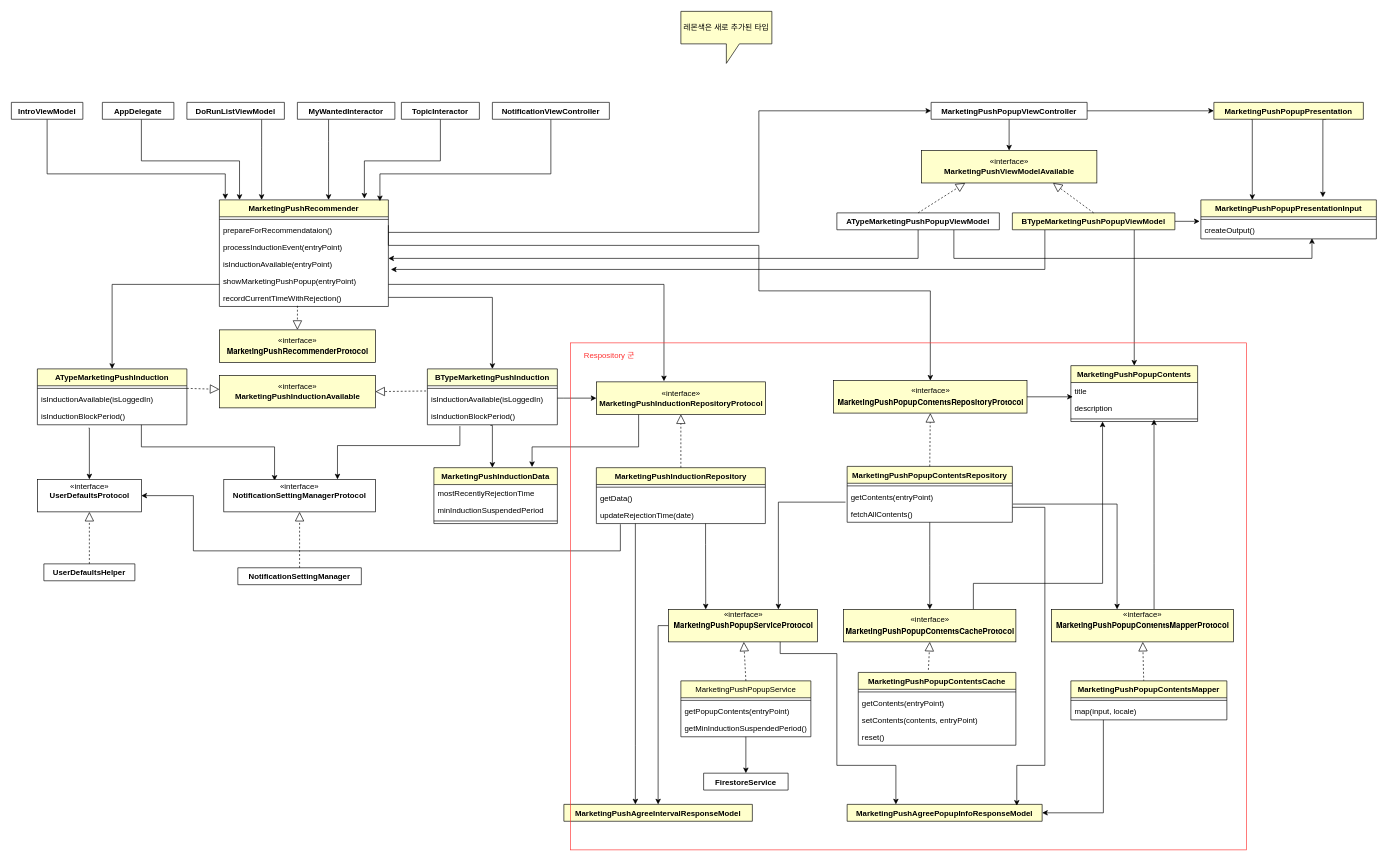
The draw.io diagram marketingPushInduction.drawio in gookhee/diagrams, before the edit. Source tidied: cells renumbered, new cells numbered last; positions are measured from the earlier drawing's top-left corner, leaving out a move shared by most shapes. Both pictures are drawn from the tidied source at 65%, with x=0, y=0 at pixel (11, 11).
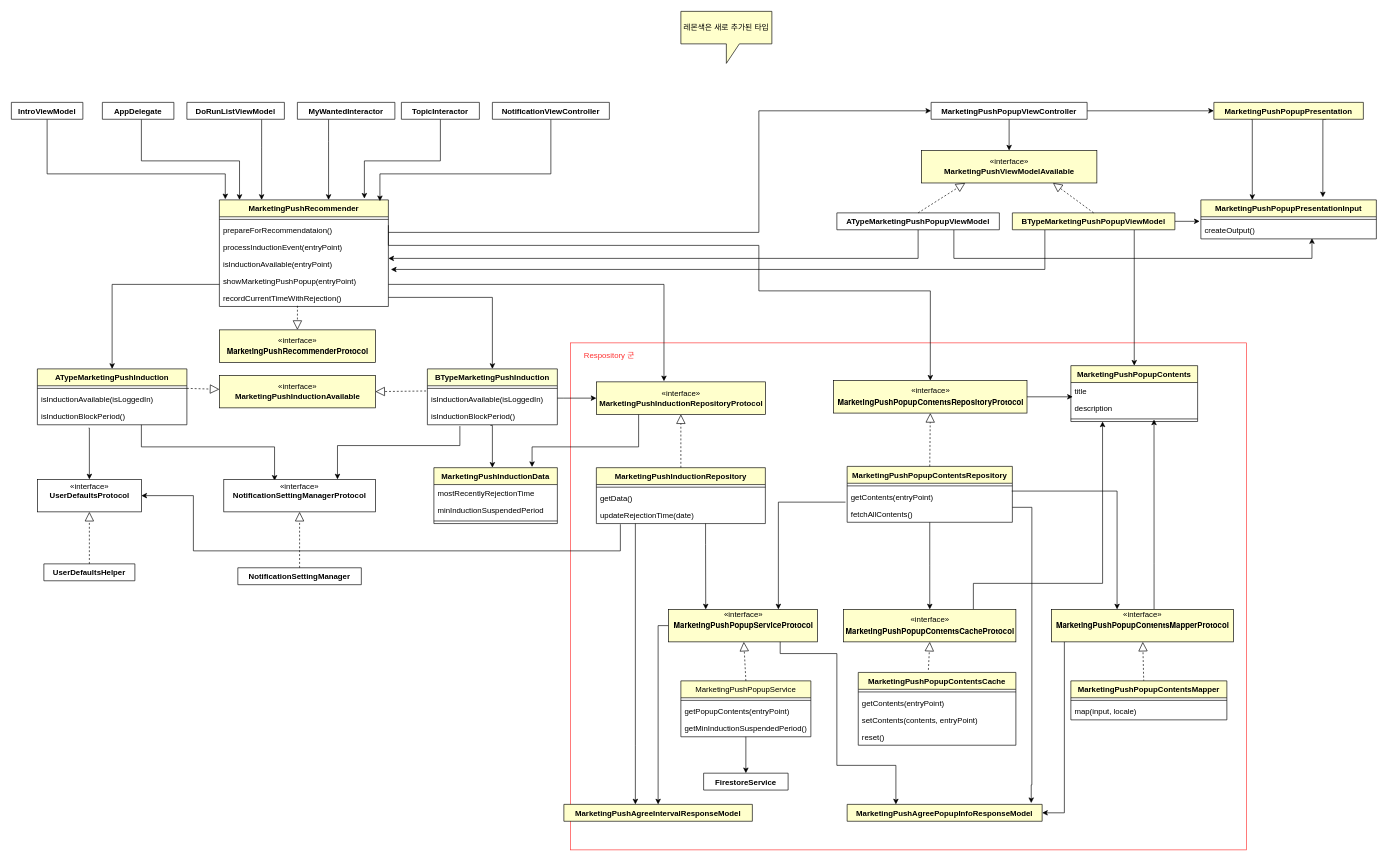
The same page after the edit.

The change refers to these unchanged cells:
```xml
<mxCell id="83" value="getContents(entryPoint)" style="text;strokeColor=none;fillColor=none;align=left;verticalAlign=top;spacingLeft=4;spacingRight=4;overflow=hidden;points=[[0,0.5],[1,0.5]];portConstraint=eastwest;" parent="81" vertex="1">
  <mxGeometry y="34" width="254.2" height="26" as="geometry" />
</mxCell>
<mxCell id="84" value="fetchAllContents()" style="text;strokeColor=none;fillColor=none;align=left;verticalAlign=top;spacingLeft=4;spacingRight=4;overflow=hidden;points=[[0,0.5],[1,0.5]];portConstraint=eastwest;" parent="81" vertex="1">
  <mxGeometry y="60" width="254.2" height="26" as="geometry" />
</mxCell>
<mxCell id="107" value="«interface»&lt;br&gt;&lt;p style=&quot;margin: 0px ; font-stretch: normal ; line-height: normal ; font-family: &amp;#34;helvetica neue&amp;#34;&quot;&gt;&lt;b&gt;MarketingPushPopupContentsMapperProtocol&lt;/b&gt;&lt;/p&gt;&lt;p style=&quot;margin: 0px ; font-stretch: normal ; line-height: normal ; font-family: &amp;#34;helvetica neue&amp;#34;&quot;&gt;&lt;br&gt;&lt;/p&gt;" style="html=1;fillColor=#FFFFCC;" parent="1" vertex="1">
  <mxGeometry x="1600" y="920" width="280" height="50" as="geometry" />
</mxCell>
<mxCell id="110" value="MarketingPushAgreePopupInfoResponseModel" style="swimlane;fontStyle=1;align=center;verticalAlign=top;horizontal=1;startSize=26;fillColor=#FFFFCC;" parent="1" vertex="1" collapsed="1">
  <mxGeometry x="1285.8" y="1220" width="300" height="26" as="geometry" />
</mxCell>
<mxCell id="123" value="MarketingPushPopupContentsMapper" style="swimlane;fontStyle=1;align=center;verticalAlign=top;horizontal=1;startSize=26;fillColor=#FFFFCC;" parent="1" vertex="1">
  <mxGeometry x="1630" y="1030" width="240" height="60" as="geometry" />
</mxCell>
```

Change to the diagram source:
```diff
@@
+    <mxCell id="126" style="rounded=0;whiteSpace=wrap;html=1;fillColor=none;strokeColor=#FF3333;" parent="1" vertex="1">
+      <mxGeometry x="860" y="510" width="1040" height="780" as="geometry" />
+    </mxCell>
@@
-    <mxCell id="105" style="edgeStyle=orthogonalEdgeStyle;rounded=0;jettySize=auto;html=1;entryX=1;entryY=0.5;entryDx=0;entryDy=0;" parent="1" edge="1" source="123" target="110">
+    <mxCell id="105" style="edgeStyle=orthogonalEdgeStyle;rounded=0;jettySize=auto;html=1;entryX=1;entryY=0.5;entryDx=0;entryDy=0;exitX=0.086;exitY=0.98;exitDx=0;exitDy=0;exitPerimeter=0;" parent="1" edge="1" source="107" target="110">
       <mxGeometry relative="1" as="geometry">
         <Array as="points">
-          <mxPoint x="1680" y="1233" />
+          <mxPoint x="1620" y="969" />
+          <mxPoint x="1620" y="1233" />
         </Array>
       </mxGeometry>
     </mxCell>
@@
-    <mxCell id="115" style="edgeStyle=orthogonalEdgeStyle;rounded=0;jettySize=auto;html=1;entryX=0.361;entryY=0;entryDx=0;entryDy=0;entryPerimeter=0;exitX=1.003;exitY=-0.077;exitDx=0;exitDy=0;exitPerimeter=0;" parent="1" edge="1" source="84" target="107">
+    <mxCell id="115" style="edgeStyle=orthogonalEdgeStyle;rounded=0;jettySize=auto;html=1;entryX=0.361;entryY=0;entryDx=0;entryDy=0;entryPerimeter=0;exitX=0.996;exitY=0.154;exitDx=0;exitDy=0;exitPerimeter=0;" parent="1" edge="1" source="83" target="107">
       <mxGeometry relative="1" as="geometry" />
     </mxCell>
@@
-    <mxCell id="121" style="edgeStyle=orthogonalEdgeStyle;rounded=0;jettySize=auto;html=1;entryX=0.87;entryY=0.077;entryDx=0;entryDy=0;entryPerimeter=0;" parent="1" edge="1" source="84" target="110">
+    <mxCell id="121" style="edgeStyle=orthogonalEdgeStyle;rounded=0;jettySize=auto;html=1;entryX=0.944;entryY=-0.077;entryDx=0;entryDy=0;entryPerimeter=0;" parent="1" edge="1" source="84" target="110">
       <mxGeometry relative="1" as="geometry">
         <Array as="points">
-          <mxPoint x="1590" y="763" />
-          <mxPoint x="1590" y="1160" />
-          <mxPoint x="1547" y="1160" />
+          <mxPoint x="1570" y="763" />
+          <mxPoint x="1570" y="1190" />
+          <mxPoint x="1569" y="1190" />
         </Array>
       </mxGeometry>
     </mxCell>
@@
-    <mxCell id="126" style="rounded=0;whiteSpace=wrap;html=1;fillColor=none;strokeColor=#FF3333;" parent="1" vertex="1">
-      <mxGeometry x="860" y="510" width="1040" height="780" as="geometry" />
-    </mxCell>
```
